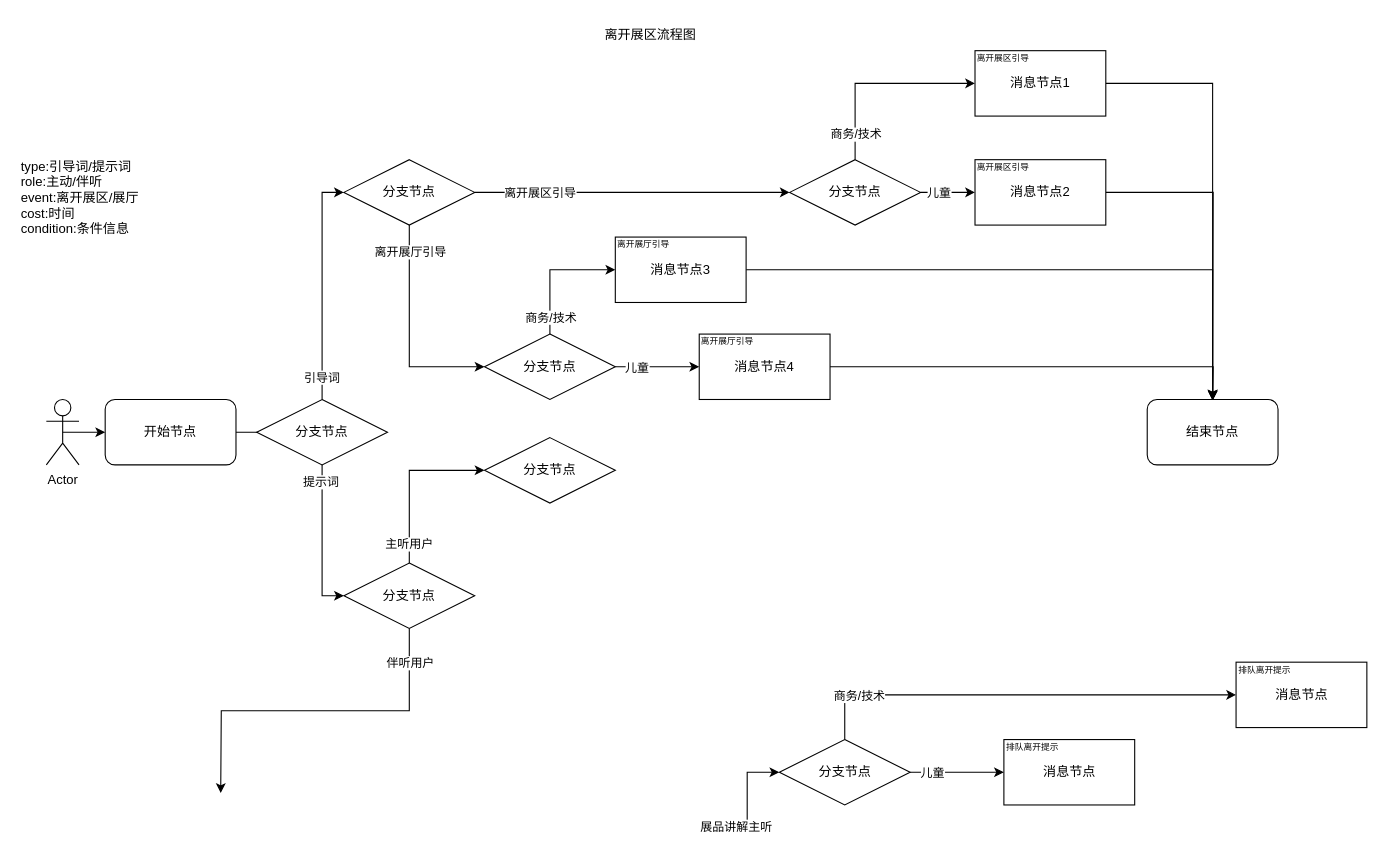
Earlier version of the draw.io diagram 8.离开展厅.drawio (huaxiaojilzg/workflow_draw). Source tidied: cells renumbered, new cells numbered last; positions are measured from the earlier drawing's top-left corner, leaving out a move shared by most shapes. Both pictures are drawn from the tidied source at 109%, with x=0, y=0 at pixel (19, 19).
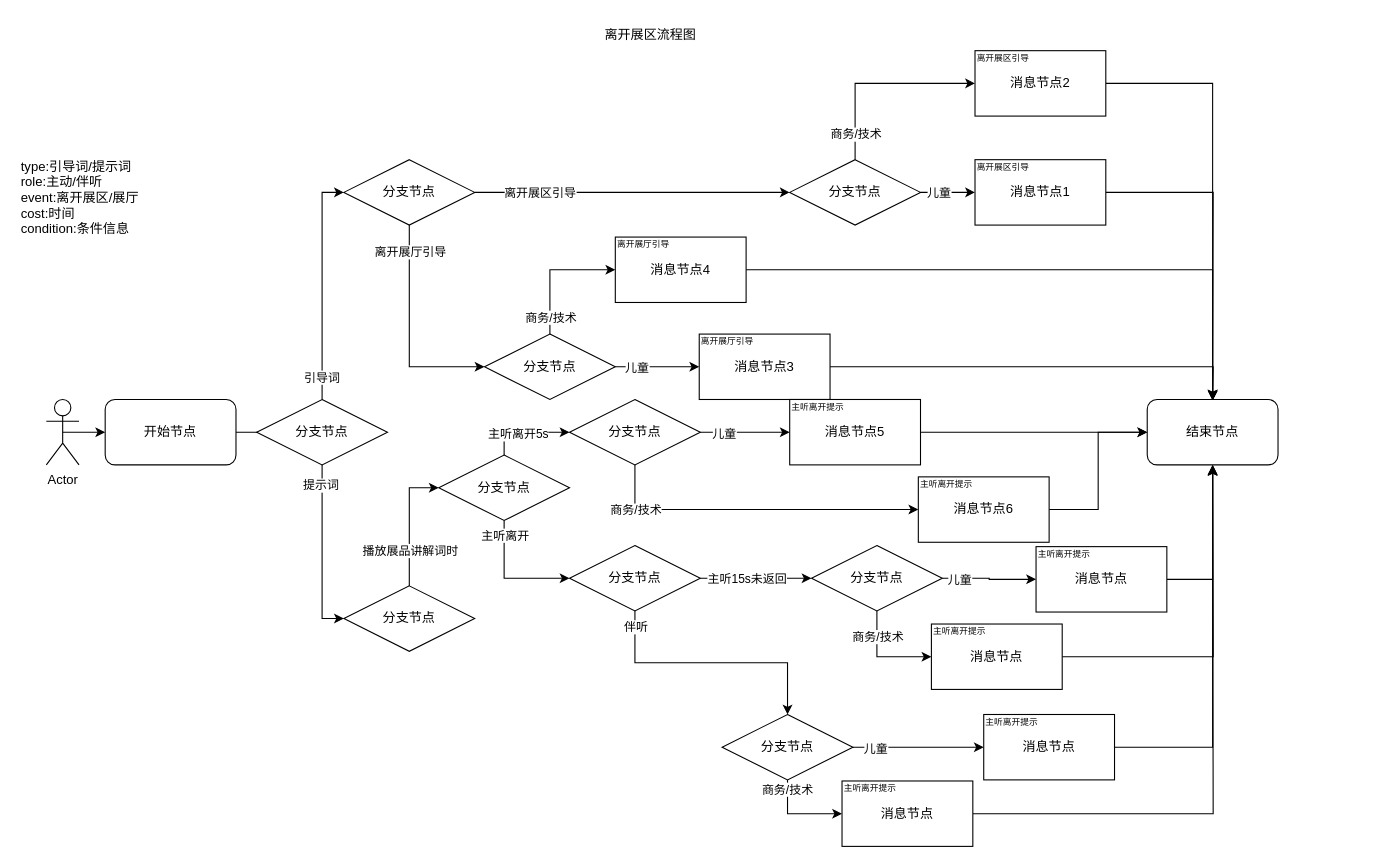
Above is the later version.

Commit message:
更新8.离开展厅.drawio

The change refers to these unchanged cells:
```xml
<mxCell id="11" value="分支节点" style="rhombus;whiteSpace=wrap;html=1;" parent="1" vertex="1">
  <mxGeometry x="218" y="349" width="120" height="60" as="geometry" />
</mxCell>
<mxCell id="56" value="结束节点" style="rounded=1;whiteSpace=wrap;html=1;" parent="1" vertex="1">
  <mxGeometry x="1035" y="349" width="120" height="60" as="geometry" />
</mxCell>
```

The edit, as a diff of the source:
```diff
@@
-    <mxCell id="9" style="edgeStyle=orthogonalEdgeStyle;rounded=0;jettySize=auto;html=1;exitX=0.5;exitY=1;exitDx=0;exitDy=0;entryX=0;entryY=0.5;entryDx=0;entryDy=0;" parent="1" edge="1" source="11" target="41">
+    <mxCell id="9" style="edgeStyle=orthogonalEdgeStyle;rounded=0;jettySize=auto;html=1;exitX=0.5;exitY=1;exitDx=0;exitDy=0;entryX=0;entryY=0.5;entryDx=0;entryDy=0;" parent="1" edge="1" source="11" target="75">
       <mxGeometry relative="1" as="geometry" />
     </mxCell>
@@
-    <mxCell id="19" value="消息节点1" style="rounded=0;whiteSpace=wrap;html=1;" parent="1" vertex="1">
+    <mxCell id="19" value="消息节点2" style="rounded=0;whiteSpace=wrap;html=1;" parent="1" vertex="1">
       <mxGeometry x="877" y="29" width="120" height="60" as="geometry" />
     </mxCell>
@@
-    <mxCell id="21" value="消息节点2" style="rounded=0;whiteSpace=wrap;html=1;" parent="1" vertex="1">
+    <mxCell id="21" value="消息节点1" style="rounded=0;whiteSpace=wrap;html=1;" parent="1" vertex="1">
       <mxGeometry x="877" y="129" width="120" height="60" as="geometry" />
     </mxCell>
@@
-    <mxCell id="30" value="消息节点3" style="rounded=0;whiteSpace=wrap;html=1;" parent="1" vertex="1">
+    <mxCell id="30" value="消息节点4" style="rounded=0;whiteSpace=wrap;html=1;" parent="1" vertex="1">
       <mxGeometry x="547" y="200" width="120" height="60" as="geometry" />
     </mxCell>
@@
-    <mxCell id="32" value="消息节点4" style="rounded=0;whiteSpace=wrap;html=1;" parent="1" vertex="1">
+    <mxCell id="32" value="消息节点3" style="rounded=0;whiteSpace=wrap;html=1;" parent="1" vertex="1">
       <mxGeometry x="624" y="289" width="120" height="60" as="geometry" />
     </mxCell>
@@
-    <mxCell id="35" style="edgeStyle=orthogonalEdgeStyle;rounded=0;jettySize=auto;html=1;exitX=0.5;exitY=0;exitDx=0;exitDy=0;entryX=0;entryY=0.5;entryDx=0;entryDy=0;" parent="1" edge="1" target="51">
-      <mxGeometry relative="1" as="geometry">
-        <mxPoint x="637.5" y="740" as="sourcePoint" />
-      </mxGeometry>
-    </mxCell>
-    <mxCell id="36" value="展品讲解主听" style="edgeLabel;html=1;align=center;verticalAlign=middle;" parent="35" vertex="1">
-      <mxGeometry x="-0.64" relative="1" as="geometry" />
-    </mxCell>
-    <mxCell id="37" style="edgeStyle=orthogonalEdgeStyle;rounded=0;jettySize=auto;html=1;exitX=0.5;exitY=0;exitDx=0;exitDy=0;entryX=0;entryY=0.5;entryDx=0;entryDy=0;" parent="1" edge="1" source="41" target="57">
-      <mxGeometry relative="1" as="geometry" />
-    </mxCell>
-    <mxCell id="38" value="主听用户" style="edgeLabel;html=1;align=center;verticalAlign=middle;" parent="37" vertex="1">
-      <mxGeometry x="-0.77" y="1" relative="1" as="geometry" />
-    </mxCell>
-    <mxCell id="39" style="edgeStyle=orthogonalEdgeStyle;rounded=0;jettySize=auto;html=1;exitX=0.5;exitY=1;exitDx=0;exitDy=0;" parent="1" edge="1" source="41">
-      <mxGeometry relative="1" as="geometry">
-        <mxPoint x="185" y="710" as="targetPoint" />
-      </mxGeometry>
-    </mxCell>
-    <mxCell id="40" value="伴听用户" style="edgeLabel;html=1;align=center;verticalAlign=middle;" parent="39" vertex="1">
-      <mxGeometry x="-0.81" relative="1" as="geometry" />
-    </mxCell>
-    <mxCell id="41" value="分支节点" style="rhombus;whiteSpace=wrap;html=1;" parent="1" vertex="1">
-      <mxGeometry x="298" y="499" width="120" height="60" as="geometry" />
-    </mxCell>
@@
-    <mxCell id="47" style="edgeStyle=orthogonalEdgeStyle;rounded=0;jettySize=auto;html=1;exitX=0.5;exitY=0;exitDx=0;exitDy=0;entryX=0;entryY=0.5;entryDx=0;entryDy=0;" parent="1" edge="1" source="51" target="52">
-      <mxGeometry relative="1" as="geometry" />
-    </mxCell>
-    <mxCell id="48" value="商务/技术" style="edgeLabel;html=1;align=center;verticalAlign=middle;" parent="47" vertex="1">
-      <mxGeometry x="-0.73" relative="1" as="geometry" />
-    </mxCell>
-    <mxCell id="49" style="edgeStyle=orthogonalEdgeStyle;rounded=0;jettySize=auto;html=1;exitX=1;exitY=0.5;exitDx=0;exitDy=0;entryX=0;entryY=0.5;entryDx=0;entryDy=0;" parent="1" edge="1" source="51" target="53">
-      <mxGeometry relative="1" as="geometry" />
-    </mxCell>
-    <mxCell id="50" value="儿童" style="edgeLabel;html=1;align=center;verticalAlign=middle;" parent="49" vertex="1">
-      <mxGeometry x="-0.74" relative="1" as="geometry">
-        <mxPoint x="9" as="offset" />
-      </mxGeometry>
-    </mxCell>
-    <mxCell id="51" value="分支节点" style="rhombus;whiteSpace=wrap;html=1;" parent="1" vertex="1">
-      <mxGeometry x="697.5" y="661" width="120" height="60" as="geometry" />
-    </mxCell>
-    <mxCell id="52" value="消息节点" style="rounded=0;whiteSpace=wrap;html=1;" parent="1" vertex="1">
-      <mxGeometry x="1116.5" y="590" width="120" height="60" as="geometry" />
-    </mxCell>
-    <mxCell id="53" value="消息节点" style="rounded=0;whiteSpace=wrap;html=1;" parent="1" vertex="1">
-      <mxGeometry x="903.5" y="661" width="120" height="60" as="geometry" />
-    </mxCell>
-    <mxCell id="54" value="&lt;font style=&quot;font-size: 8px;&quot;&gt;排队离开提示&lt;/font&gt;" style="text;html=1;align=left;verticalAlign=middle;whiteSpace=wrap;rounded=0;" parent="1" vertex="1">
-      <mxGeometry x="1116.5" y="590" width="70" height="11" as="geometry" />
-    </mxCell>
-    <mxCell id="55" value="&lt;font style=&quot;font-size: 8px;&quot;&gt;排队离开提示&lt;/font&gt;" style="text;html=1;align=left;verticalAlign=middle;whiteSpace=wrap;rounded=0;" parent="1" vertex="1">
-      <mxGeometry x="903.5" y="661" width="70" height="11" as="geometry" />
-    </mxCell>
@@
+    <mxCell id="58" style="edgeStyle=orthogonalEdgeStyle;rounded=0;jettySize=auto;html=1;entryX=0;entryY=0.5;entryDx=0;entryDy=0;" parent="1" edge="1" source="57" target="66">
+      <mxGeometry relative="1" as="geometry" />
+    </mxCell>
+    <mxCell id="59" value="主听离开5s" style="edgeLabel;html=1;align=center;verticalAlign=middle;" parent="58" vertex="1">
+      <mxGeometry x="-0.46" y="-1" relative="1" as="geometry">
+        <mxPoint x="11" as="offset" />
+      </mxGeometry>
+    </mxCell>
+    <mxCell id="60" style="edgeStyle=orthogonalEdgeStyle;rounded=0;jettySize=auto;html=1;exitX=0.5;exitY=1;exitDx=0;exitDy=0;entryX=0;entryY=0.5;entryDx=0;entryDy=0;" parent="1" edge="1" source="57" target="80">
+      <mxGeometry relative="1" as="geometry" />
+    </mxCell>
+    <mxCell id="61" value="主听离开" style="edgeLabel;html=1;align=center;verticalAlign=middle;" parent="60" vertex="1">
+      <mxGeometry x="-0.84" relative="1" as="geometry">
+        <mxPoint y="4" as="offset" />
+      </mxGeometry>
+    </mxCell>
     <mxCell id="57" value="分支节点" style="rhombus;whiteSpace=wrap;html=1;" parent="1" vertex="1">
-      <mxGeometry x="427" y="384" width="120" height="60" as="geometry" />
+      <mxGeometry x="385" y="400" width="120" height="60" as="geometry" />
     </mxCell>
+    <mxCell id="62" style="edgeStyle=orthogonalEdgeStyle;rounded=0;jettySize=auto;html=1;entryX=0;entryY=0.5;entryDx=0;entryDy=0;exitX=0.5;exitY=1;exitDx=0;exitDy=0;" parent="1" edge="1" source="66" target="68">
+      <mxGeometry relative="1" as="geometry" />
+    </mxCell>
+    <mxCell id="63" value="商务/技术" style="edgeLabel;html=1;align=center;verticalAlign=middle;" parent="62" vertex="1">
+      <mxGeometry x="-0.73" relative="1" as="geometry" />
+    </mxCell>
+    <mxCell id="64" style="edgeStyle=orthogonalEdgeStyle;rounded=0;jettySize=auto;html=1;exitX=1;exitY=0.5;exitDx=0;exitDy=0;entryX=0;entryY=0.5;entryDx=0;entryDy=0;" parent="1" edge="1" source="66" target="70">
+      <mxGeometry relative="1" as="geometry" />
+    </mxCell>
+    <mxCell id="65" value="儿童" style="edgeLabel;html=1;align=center;verticalAlign=middle;" parent="64" vertex="1">
+      <mxGeometry x="-0.74" relative="1" as="geometry">
+        <mxPoint x="10" y="1" as="offset" />
+      </mxGeometry>
+    </mxCell>
+    <mxCell id="66" value="分支节点" style="rhombus;whiteSpace=wrap;html=1;" parent="1" vertex="1">
+      <mxGeometry x="505" y="349" width="120" height="60" as="geometry" />
+    </mxCell>
+    <mxCell id="67" style="edgeStyle=orthogonalEdgeStyle;rounded=0;jettySize=auto;html=1;exitX=1;exitY=0.5;exitDx=0;exitDy=0;entryX=0;entryY=0.5;entryDx=0;entryDy=0;" parent="1" edge="1" source="68" target="56">
+      <mxGeometry relative="1" as="geometry" />
+    </mxCell>
+    <mxCell id="68" value="消息节点6" style="rounded=0;whiteSpace=wrap;html=1;" parent="1" vertex="1">
+      <mxGeometry x="825" y="420" width="120" height="60" as="geometry" />
+    </mxCell>
+    <mxCell id="69" style="edgeStyle=orthogonalEdgeStyle;rounded=0;jettySize=auto;html=1;exitX=1;exitY=0.5;exitDx=0;exitDy=0;entryX=0;entryY=0.5;entryDx=0;entryDy=0;" parent="1" edge="1" source="70" target="56">
+      <mxGeometry relative="1" as="geometry" />
+    </mxCell>
+    <mxCell id="70" value="消息节点5" style="rounded=0;whiteSpace=wrap;html=1;" parent="1" vertex="1">
+      <mxGeometry x="707" y="349" width="120" height="60" as="geometry" />
+    </mxCell>
+    <mxCell id="71" value="&lt;font style=&quot;font-size: 8px;&quot;&gt;主听离开提示&lt;/font&gt;" style="text;html=1;align=left;verticalAlign=middle;whiteSpace=wrap;rounded=0;" parent="1" vertex="1">
+      <mxGeometry x="825" y="420" width="70" height="11" as="geometry" />
+    </mxCell>
+    <mxCell id="72" value="&lt;font style=&quot;font-size: 8px;&quot;&gt;主听离开提示&lt;/font&gt;" style="text;html=1;align=left;verticalAlign=middle;whiteSpace=wrap;rounded=0;" parent="1" vertex="1">
+      <mxGeometry x="707" y="349" width="70" height="11" as="geometry" />
+    </mxCell>
+    <mxCell id="73" style="edgeStyle=orthogonalEdgeStyle;rounded=0;jettySize=auto;html=1;exitX=0.5;exitY=0;exitDx=0;exitDy=0;entryX=0;entryY=0.5;entryDx=0;entryDy=0;" parent="1" edge="1" source="75" target="57">
+      <mxGeometry relative="1" as="geometry" />
+    </mxCell>
+    <mxCell id="74" value="播放展品讲解词时" style="edgeLabel;html=1;align=center;verticalAlign=middle;" parent="73" vertex="1">
+      <mxGeometry x="-0.43" relative="1" as="geometry" />
+    </mxCell>
+    <mxCell id="75" value="分支节点" style="rhombus;whiteSpace=wrap;html=1;" parent="1" vertex="1">
+      <mxGeometry x="298" y="520" width="120" height="60" as="geometry" />
+    </mxCell>
+    <mxCell id="76" style="edgeStyle=orthogonalEdgeStyle;rounded=0;jettySize=auto;html=1;exitX=1;exitY=0.5;exitDx=0;exitDy=0;" parent="1" edge="1" source="80" target="96">
+      <mxGeometry relative="1" as="geometry" />
+    </mxCell>
+    <mxCell id="77" value="主听15s未返回" style="edgeLabel;html=1;align=center;verticalAlign=middle;" parent="76" vertex="1">
+      <mxGeometry x="-0.73" y="-1" relative="1" as="geometry">
+        <mxPoint x="28" y="-1" as="offset" />
+      </mxGeometry>
+    </mxCell>
+    <mxCell id="78" style="edgeStyle=orthogonalEdgeStyle;rounded=0;jettySize=auto;html=1;exitX=0.5;exitY=1;exitDx=0;exitDy=0;entryX=0.5;entryY=0;entryDx=0;entryDy=0;" parent="1" edge="1" source="80" target="85">
+      <mxGeometry relative="1" as="geometry" />
+    </mxCell>
+    <mxCell id="79" value="伴听" style="edgeLabel;html=1;align=center;verticalAlign=middle;" parent="78" vertex="1">
+      <mxGeometry x="-0.88" relative="1" as="geometry" />
+    </mxCell>
+    <mxCell id="80" value="分支节点" style="rhombus;whiteSpace=wrap;html=1;" parent="1" vertex="1">
+      <mxGeometry x="505" y="483" width="120" height="60" as="geometry" />
+    </mxCell>
+    <mxCell id="81" style="edgeStyle=orthogonalEdgeStyle;rounded=0;jettySize=auto;html=1;exitX=1;exitY=0.5;exitDx=0;exitDy=0;entryX=0;entryY=0.5;entryDx=0;entryDy=0;" parent="1" edge="1" source="85" target="87">
+      <mxGeometry relative="1" as="geometry" />
+    </mxCell>
+    <mxCell id="82" value="儿童" style="edgeLabel;html=1;align=center;verticalAlign=middle;" parent="81" vertex="1">
+      <mxGeometry x="-0.66" y="-1" relative="1" as="geometry" />
+    </mxCell>
+    <mxCell id="83" style="edgeStyle=orthogonalEdgeStyle;rounded=0;jettySize=auto;html=1;exitX=0.5;exitY=1;exitDx=0;exitDy=0;entryX=0;entryY=0.5;entryDx=0;entryDy=0;" parent="1" edge="1" source="85" target="90">
+      <mxGeometry relative="1" as="geometry" />
+    </mxCell>
+    <mxCell id="84" value="商务/技术" style="edgeLabel;html=1;align=center;verticalAlign=middle;" parent="83" vertex="1">
+      <mxGeometry x="-0.81" y="-1" relative="1" as="geometry" />
+    </mxCell>
+    <mxCell id="85" value="分支节点" style="rhombus;whiteSpace=wrap;html=1;" parent="1" vertex="1">
+      <mxGeometry x="645" y="638" width="120" height="60" as="geometry" />
+    </mxCell>
+    <mxCell id="86" style="edgeStyle=orthogonalEdgeStyle;rounded=0;jettySize=auto;html=1;exitX=1;exitY=0.5;exitDx=0;exitDy=0;entryX=0.5;entryY=1;entryDx=0;entryDy=0;" parent="1" edge="1" source="87" target="56">
+      <mxGeometry relative="1" as="geometry" />
+    </mxCell>
+    <mxCell id="87" value="消息节点" style="rounded=0;whiteSpace=wrap;html=1;" parent="1" vertex="1">
+      <mxGeometry x="885" y="638" width="120" height="60" as="geometry" />
+    </mxCell>
+    <mxCell id="88" value="&lt;span style=&quot;font-size: 8px;&quot;&gt;主听离开提示&lt;/span&gt;" style="text;html=1;align=left;verticalAlign=middle;whiteSpace=wrap;rounded=0;" parent="1" vertex="1">
+      <mxGeometry x="885" y="638" width="70" height="11" as="geometry" />
+    </mxCell>
+    <mxCell id="89" style="edgeStyle=orthogonalEdgeStyle;rounded=0;jettySize=auto;html=1;exitX=1;exitY=0.5;exitDx=0;exitDy=0;" parent="1" edge="1" source="90">
+      <mxGeometry relative="1" as="geometry">
+        <mxPoint x="1095" y="410" as="targetPoint" />
+      </mxGeometry>
+    </mxCell>
+    <mxCell id="90" value="消息节点" style="rounded=0;whiteSpace=wrap;html=1;" parent="1" vertex="1">
+      <mxGeometry x="755" y="699" width="120" height="60" as="geometry" />
+    </mxCell>
+    <mxCell id="91" value="&lt;font style=&quot;font-size: 8px;&quot;&gt;主听离开提示&lt;/font&gt;" style="text;html=1;align=left;verticalAlign=middle;whiteSpace=wrap;rounded=0;" parent="1" vertex="1">
+      <mxGeometry x="755" y="699" width="70" height="11" as="geometry" />
+    </mxCell>
+    <mxCell id="92" style="edgeStyle=orthogonalEdgeStyle;rounded=0;jettySize=auto;html=1;exitX=1;exitY=0.5;exitDx=0;exitDy=0;entryX=0;entryY=0.5;entryDx=0;entryDy=0;" parent="1" edge="1" source="96" target="98">
+      <mxGeometry relative="1" as="geometry" />
+    </mxCell>
+    <mxCell id="93" value="儿童" style="edgeLabel;html=1;align=center;verticalAlign=middle;" parent="92" vertex="1">
+      <mxGeometry x="-0.66" y="-1" relative="1" as="geometry" />
+    </mxCell>
+    <mxCell id="94" style="edgeStyle=orthogonalEdgeStyle;rounded=0;jettySize=auto;html=1;exitX=0.5;exitY=1;exitDx=0;exitDy=0;entryX=0;entryY=0.5;entryDx=0;entryDy=0;" parent="1" edge="1" source="96" target="101">
+      <mxGeometry relative="1" as="geometry" />
+    </mxCell>
+    <mxCell id="95" value="商务/技术" style="edgeLabel;html=1;align=center;verticalAlign=middle;" parent="94" vertex="1">
+      <mxGeometry x="-0.81" y="-1" relative="1" as="geometry">
+        <mxPoint x="1" y="14" as="offset" />
+      </mxGeometry>
+    </mxCell>
+    <mxCell id="96" value="分支节点" style="rhombus;whiteSpace=wrap;html=1;" parent="1" vertex="1">
+      <mxGeometry x="727" y="483" width="120" height="60" as="geometry" />
+    </mxCell>
+    <mxCell id="97" style="edgeStyle=orthogonalEdgeStyle;rounded=0;jettySize=auto;html=1;exitX=1;exitY=0.5;exitDx=0;exitDy=0;entryX=0.5;entryY=1;entryDx=0;entryDy=0;" parent="1" edge="1" source="98" target="56">
+      <mxGeometry relative="1" as="geometry" />
+    </mxCell>
+    <mxCell id="98" value="消息节点" style="rounded=0;whiteSpace=wrap;html=1;" parent="1" vertex="1">
+      <mxGeometry x="933" y="484" width="120" height="60" as="geometry" />
+    </mxCell>
+    <mxCell id="99" value="&lt;span style=&quot;font-size: 8px;&quot;&gt;主听离开提示&lt;/span&gt;" style="text;html=1;align=left;verticalAlign=middle;whiteSpace=wrap;rounded=0;" parent="1" vertex="1">
+      <mxGeometry x="933" y="484" width="70" height="11" as="geometry" />
+    </mxCell>
+    <mxCell id="100" style="edgeStyle=orthogonalEdgeStyle;rounded=0;jettySize=auto;html=1;exitX=1;exitY=0.5;exitDx=0;exitDy=0;" parent="1" edge="1" source="101">
+      <mxGeometry relative="1" as="geometry">
+        <mxPoint x="1095" y="410" as="targetPoint" />
+      </mxGeometry>
+    </mxCell>
+    <mxCell id="101" value="消息节点" style="rounded=0;whiteSpace=wrap;html=1;" parent="1" vertex="1">
+      <mxGeometry x="837" y="555" width="120" height="60" as="geometry" />
+    </mxCell>
+    <mxCell id="102" value="&lt;font style=&quot;font-size: 8px;&quot;&gt;主听离开提示&lt;/font&gt;" style="text;html=1;align=left;verticalAlign=middle;whiteSpace=wrap;rounded=0;" parent="1" vertex="1">
+      <mxGeometry x="837" y="555" width="70" height="11" as="geometry" />
+    </mxCell>
```
